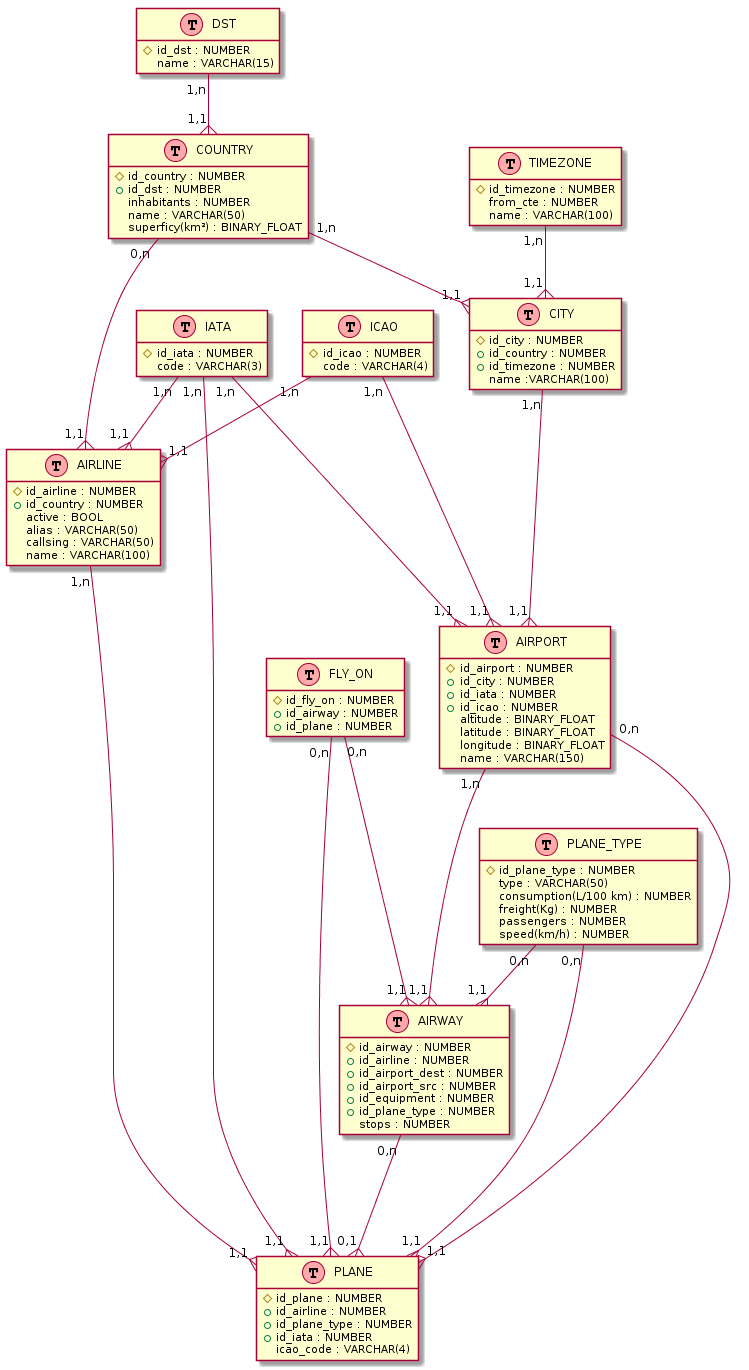
Earlier version of the PlantUML export resources/database_modelisation/modelisation.png (pBouillon/OpenFlightStatisticsAggregator).
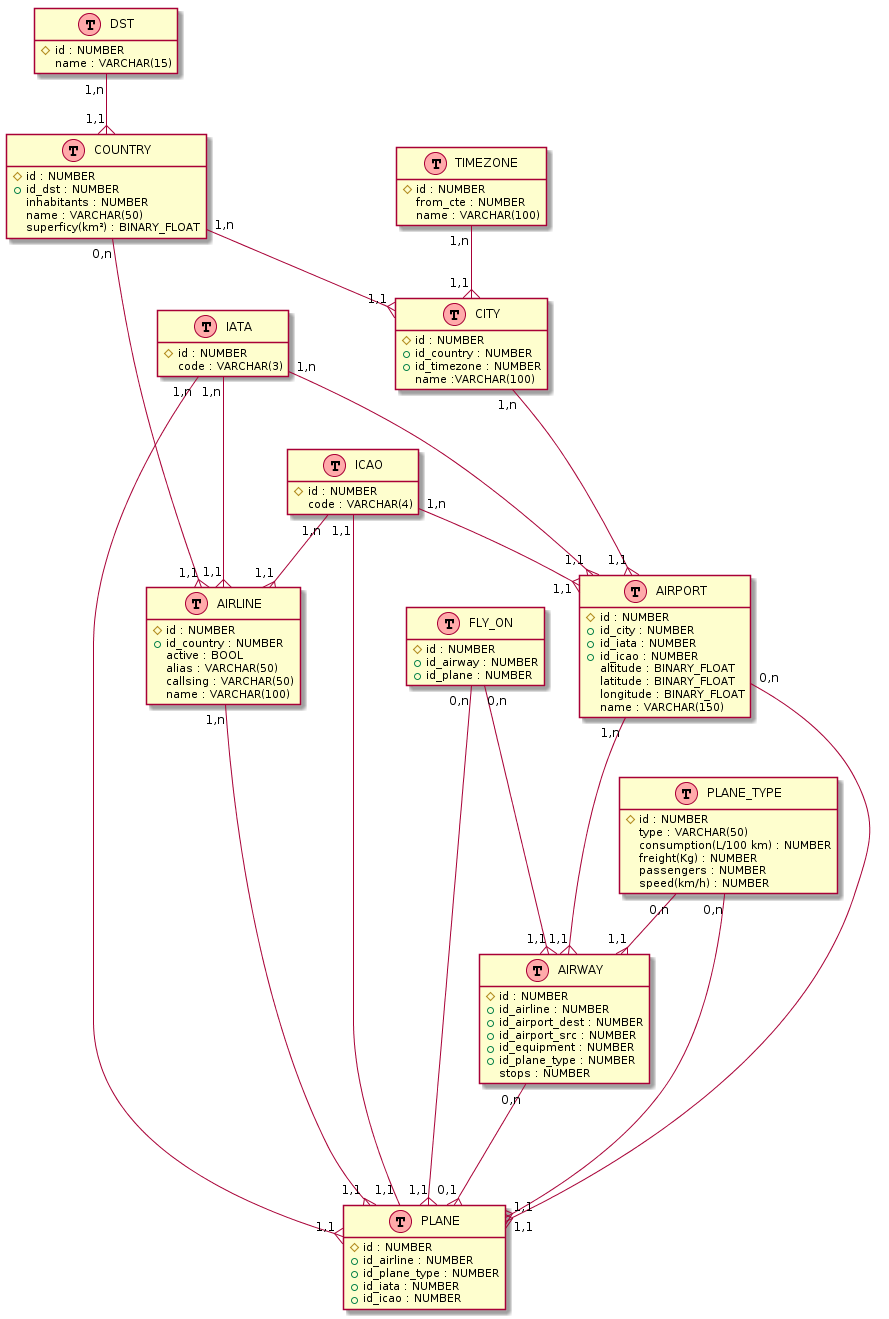
Later version of the same file.

Diff of the diagram source:
```diff
@@ -4,7 +4,7 @@
 hide stereotypes
 
 class COUNTRY << (T,#FFAAAA) >> {
-    {field} #id_country : NUMBER
+    {field} #id : NUMBER
     {field} +id_dst : NUMBER
     {field} inhabitants : NUMBER
     {field} name : VARCHAR(50)
@@ -12,22 +12,22 @@
 }
 
 class DST << (T,#FFAAAA) >> {
-    {field} #id_dst : NUMBER
+    {field} #id : NUMBER
     {field} name : VARCHAR(15)
 }
 
 class IATA << (T,#FFAAAA) >> {
-    {field} #id_iata : NUMBER
+    {field} #id : NUMBER
     {field} code : VARCHAR(3)
 }
 
 class ICAO << (T,#FFAAAA) >> {
-    {field} #id_icao : NUMBER
+    {field} #id : NUMBER
     {field} code : VARCHAR(4)
 }
 
 class PLANE_TYPE << (T,#FFAAAA) >> {
-    {field} #id_plane_type : NUMBER
+    {field} #id : NUMBER
     {field} type : VARCHAR(50)
     {field} consumption(L/100 km) : NUMBER
     {field} freight(Kg) : NUMBER
@@ -36,13 +36,13 @@
 }
 
 class TIMEZONE << (T,#FFAAAA) >> {
-    {field} #id_timezone : NUMBER
+    {field} #id : NUMBER
     {field} from_cte : NUMBER
     {field} name : VARCHAR(100)
 }
 
 class AIRLINE << (T,#FFAAAA) >> {
-    {field} #id_airline : NUMBER
+    {field} #id : NUMBER
     {field} +id_country : NUMBER
     {field} active : BOOL
     {field} alias : VARCHAR(50)
@@ -51,20 +51,20 @@
 }
 
 class CITY << (T,#FFAAAA) >> {
-    {field} #id_city : NUMBER
+    {field} #id : NUMBER
     {field} +id_country : NUMBER
     {field} +id_timezone : NUMBER
     {field} name :VARCHAR(100)
 }
 
 class FLY_ON << (T,#FFAAAA) >> {
-    {field} #id_fly_on : NUMBER
+    {field} #id : NUMBER
     {field} +id_airway : NUMBER
     {field} +id_plane : NUMBER
 }
 
 class AIRPORT << (T,#FFAAAA) >> {
-    {field} #id_airport : NUMBER
+    {field} #id : NUMBER
     {field} +id_city : NUMBER
     {field} +id_iata : NUMBER
     {field} +id_icao : NUMBER
@@ -75,15 +75,15 @@
 }
 
 class PLANE << (T,#FFAAAA) >> {
-    {field} #id_plane : NUMBER
+    {field} #id : NUMBER
     {field} +id_airline : NUMBER
     {field} +id_plane_type : NUMBER
     {field} +id_iata : NUMBER
-    {field} icao_code : VARCHAR(4)
+    {field} +id_icao : NUMBER
 }
 
 class AIRWAY << (T,#FFAAAA) >> {
-    {field} #id_airway : NUMBER
+    {field} #id : NUMBER
     {field} +id_airline : NUMBER
     {field} +id_airport_dest : NUMBER
     {field} +id_airport_src : NUMBER
@@ -115,6 +115,7 @@
 
 ICAO "1,n" --{ "1,1" AIRLINE
 ICAO "1,n" --{ "1,1" AIRPORT
+ICAO "1,1" -- "1,1" PLANE
 
 PLANE_TYPE "0,n" --{ "1,1" AIRWAY
 PLANE_TYPE "0,n" --{ "1,1" PLANE
```
